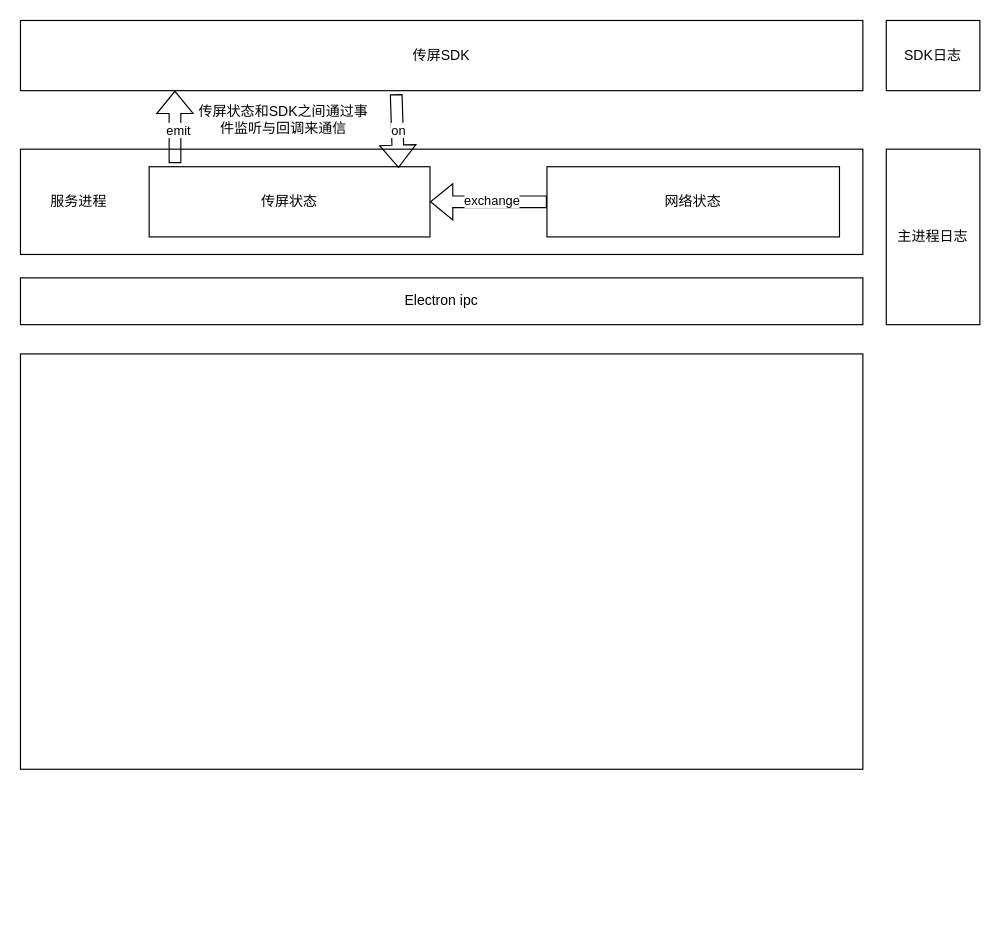
The draw.io diagram Untitled Diagram.drawio in kkgg123/ROOT, before the edit. Source tidied: cells renumbered, new cells numbered last; positions are measured from the earlier drawing's top-left corner, leaving out a move shared by most shapes. Both pictures are drawn from the tidied source at 117%, with x=0, y=0 at pixel (20, 20).
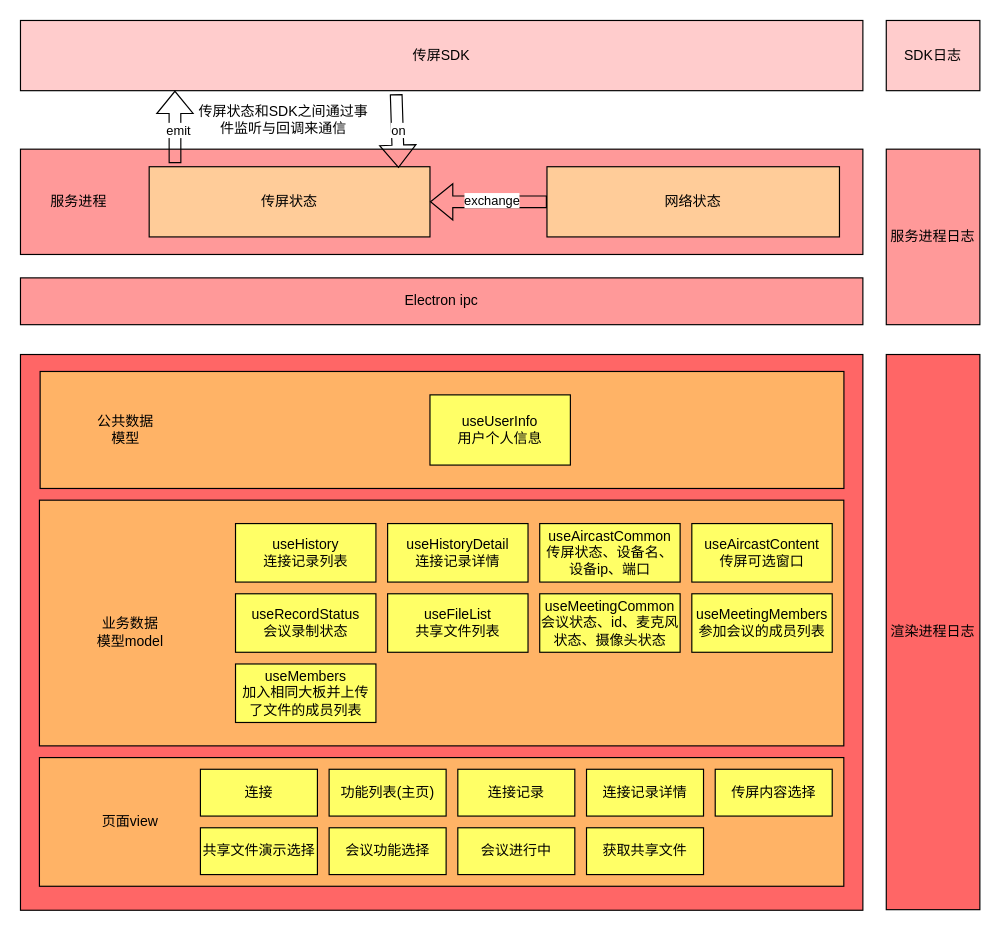
After the change.

What changed in the source:
```diff
@@
-    <mxCell id="2" style="rounded=0;whiteSpace=wrap;html=1;" parent="1" vertex="1">
+    <mxCell id="2" style="rounded=0;whiteSpace=wrap;html=1;fillColor=#FF9999;" parent="1" vertex="1">
       <mxGeometry y="110" width="720" height="90" as="geometry" />
     </mxCell>
-    <mxCell id="3" value="传屏SDK" style="rounded=0;whiteSpace=wrap;html=1;" parent="1" vertex="1">
+    <mxCell id="3" value="传屏SDK" style="rounded=0;whiteSpace=wrap;html=1;fillColor=#FFCCCC;" parent="1" vertex="1">
       <mxGeometry width="720" height="60" as="geometry" />
     </mxCell>
-    <mxCell id="4" value="传屏状态" style="rounded=0;whiteSpace=wrap;html=1;" parent="1" vertex="1">
+    <mxCell id="4" value="传屏状态" style="rounded=0;whiteSpace=wrap;html=1;fillColor=#FFCC99;" parent="1" vertex="1">
       <mxGeometry x="110" y="125" width="240" height="60" as="geometry" />
     </mxCell>
-    <mxCell id="5" value="网络状态" style="rounded=0;whiteSpace=wrap;html=1;" parent="1" vertex="1">
+    <mxCell id="5" value="网络状态" style="rounded=0;whiteSpace=wrap;html=1;fillColor=#FFCC99;" parent="1" vertex="1">
       <mxGeometry x="450" y="125" width="250" height="60" as="geometry" />
     </mxCell>
-    <mxCell id="6" value="Electron ipc" style="rounded=0;whiteSpace=wrap;html=1;" parent="1" vertex="1">
+    <mxCell id="6" value="Electron ipc" style="rounded=0;whiteSpace=wrap;html=1;fillColor=#FF9999;" parent="1" vertex="1">
       <mxGeometry y="220" width="720" height="40" as="geometry" />
     </mxCell>
@@
-    <mxCell id="8" style="rounded=0;whiteSpace=wrap;html=1;" parent="1" vertex="1">
-      <mxGeometry y="285" width="720" height="355" as="geometry" />
+    <mxCell id="8" style="rounded=0;whiteSpace=wrap;html=1;fillColor=#FF6666;" parent="1" vertex="1">
+      <mxGeometry y="285.5" width="720" height="475" as="geometry" />
     </mxCell>
-    <mxCell id="9" value="主进程日志" style="rounded=0;whiteSpace=wrap;html=1;" parent="1" vertex="1">
+    <mxCell id="9" value="服务进程日志" style="rounded=0;whiteSpace=wrap;html=1;fillColor=#FF9999;" parent="1" vertex="1">
       <mxGeometry x="740" y="110" width="80" height="150" as="geometry" />
     </mxCell>
@@
-    <mxCell id="14" value="SDK日志" style="rounded=0;whiteSpace=wrap;html=1;" parent="1" vertex="1">
+    <mxCell id="14" value="SDK日志" style="rounded=0;whiteSpace=wrap;html=1;fillColor=#FFCCCC;" parent="1" vertex="1">
       <mxGeometry x="740" width="80" height="60" as="geometry" />
     </mxCell>
@@
+    <mxCell id="18" style="rounded=0;whiteSpace=wrap;html=1;fillColor=#FFB366;" parent="1" vertex="1">
+      <mxGeometry x="16.2" y="630" width="687.5" height="110" as="geometry" />
+    </mxCell>
+    <mxCell id="19" value="连接" style="rounded=0;whiteSpace=wrap;html=1;fillColor=#FFFF66;" parent="1" vertex="1">
+      <mxGeometry x="153.8" y="640" width="100" height="40" as="geometry" />
+    </mxCell>
+    <mxCell id="20" value="功能列表(主页)" style="rounded=0;whiteSpace=wrap;html=1;fillColor=#FFFF66;" parent="1" vertex="1">
+      <mxGeometry x="263.8" y="640" width="100" height="40" as="geometry" />
+    </mxCell>
+    <mxCell id="21" value="连接记录" style="rounded=0;whiteSpace=wrap;html=1;fillColor=#FFFF66;" parent="1" vertex="1">
+      <mxGeometry x="373.8" y="640" width="100" height="40" as="geometry" />
+    </mxCell>
+    <mxCell id="22" value="连接记录详情" style="rounded=0;whiteSpace=wrap;html=1;fillColor=#FFFF66;" parent="1" vertex="1">
+      <mxGeometry x="483.8" y="640" width="100" height="40" as="geometry" />
+    </mxCell>
+    <mxCell id="23" value="传屏内容选择" style="rounded=0;whiteSpace=wrap;html=1;fillColor=#FFFF66;" parent="1" vertex="1">
+      <mxGeometry x="593.8" y="640" width="100" height="40" as="geometry" />
+    </mxCell>
+    <mxCell id="24" value="共享文件演示选择" style="rounded=0;whiteSpace=wrap;html=1;fillColor=#FFFF66;" parent="1" vertex="1">
+      <mxGeometry x="153.8" y="690" width="100" height="40" as="geometry" />
+    </mxCell>
+    <mxCell id="25" value="会议功能选择" style="rounded=0;whiteSpace=wrap;html=1;fillColor=#FFFF66;" parent="1" vertex="1">
+      <mxGeometry x="263.8" y="690" width="100" height="40" as="geometry" />
+    </mxCell>
+    <mxCell id="26" value="会议进行中" style="rounded=0;whiteSpace=wrap;html=1;fillColor=#FFFF66;" parent="1" vertex="1">
+      <mxGeometry x="373.8" y="690" width="100" height="40" as="geometry" />
+    </mxCell>
+    <mxCell id="27" value="获取共享文件" style="rounded=0;whiteSpace=wrap;html=1;fillColor=#FFFF66;" parent="1" vertex="1">
+      <mxGeometry x="483.8" y="690" width="100" height="40" as="geometry" />
+    </mxCell>
+    <mxCell id="28" value="页面view" style="text;html=1;strokeColor=none;fillColor=none;align=center;verticalAlign=middle;whiteSpace=wrap;rounded=0;" parent="1" vertex="1">
+      <mxGeometry x="63.8" y="670" width="60" height="30" as="geometry" />
+    </mxCell>
+    <mxCell id="29" style="rounded=0;whiteSpace=wrap;html=1;fillColor=#FFB366;" parent="1" vertex="1">
+      <mxGeometry x="16.2" y="410" width="687.5" height="210" as="geometry" />
+    </mxCell>
+    <mxCell id="30" value="useHistory&lt;br&gt;连接记录列表" style="rounded=0;whiteSpace=wrap;html=1;fillColor=#FFFF66;" parent="1" vertex="1">
+      <mxGeometry x="183.8" y="430" width="120" height="50" as="geometry" />
+    </mxCell>
+    <mxCell id="31" value="useHistoryDetail&lt;br&gt;连接记录详情" style="rounded=0;whiteSpace=wrap;html=1;fillColor=#FFFF66;" parent="1" vertex="1">
+      <mxGeometry x="313.8" y="430" width="120" height="50" as="geometry" />
+    </mxCell>
+    <mxCell id="32" value="useAircastCommon&lt;br&gt;传屏状态、设备名、设备ip、端口" style="rounded=0;whiteSpace=wrap;html=1;fillColor=#FFFF66;" parent="1" vertex="1">
+      <mxGeometry x="443.8" y="430" width="120" height="50" as="geometry" />
+    </mxCell>
+    <mxCell id="33" value="useAircastContent&lt;br&gt;传屏可选窗口" style="rounded=0;whiteSpace=wrap;html=1;fillColor=#FFFF66;" parent="1" vertex="1">
+      <mxGeometry x="573.8" y="430" width="120" height="50" as="geometry" />
+    </mxCell>
+    <mxCell id="34" value="useRecordStatus&lt;br&gt;会议录制状态" style="rounded=0;whiteSpace=wrap;html=1;fillColor=#FFFF66;" parent="1" vertex="1">
+      <mxGeometry x="183.8" y="490" width="120" height="50" as="geometry" />
+    </mxCell>
+    <mxCell id="35" value="useMembers&lt;br&gt;加入相同大板并上传了文件的成员列表" style="rounded=0;whiteSpace=wrap;html=1;fillColor=#FFFF66;" parent="1" vertex="1">
+      <mxGeometry x="183.8" y="550" width="120" height="50" as="geometry" />
+    </mxCell>
+    <mxCell id="36" value="useFileList&lt;br&gt;共享文件列表" style="rounded=0;whiteSpace=wrap;html=1;fillColor=#FFFF66;" parent="1" vertex="1">
+      <mxGeometry x="313.8" y="490" width="120" height="50" as="geometry" />
+    </mxCell>
+    <mxCell id="37" value="useMeetingCommon&lt;br&gt;会议状态、id、麦克风状态、摄像头状态" style="rounded=0;whiteSpace=wrap;html=1;fillColor=#FFFF66;" parent="1" vertex="1">
+      <mxGeometry x="443.8" y="490" width="120" height="50" as="geometry" />
+    </mxCell>
+    <mxCell id="38" value="useMeetingMembers&lt;br&gt;参加会议的成员列表" style="rounded=0;whiteSpace=wrap;html=1;fillColor=#FFFF66;" parent="1" vertex="1">
+      <mxGeometry x="573.8" y="490" width="120" height="50" as="geometry" />
+    </mxCell>
+    <mxCell id="39" value="业务数据模型model" style="text;html=1;strokeColor=none;fillColor=none;align=center;verticalAlign=middle;whiteSpace=wrap;rounded=0;" parent="1" vertex="1">
+      <mxGeometry x="63.8" y="508" width="60" height="30" as="geometry" />
+    </mxCell>
+    <mxCell id="40" style="rounded=0;whiteSpace=wrap;html=1;fillColor=#FFB366;" parent="1" vertex="1">
+      <mxGeometry x="16.8" y="300" width="687" height="100" as="geometry" />
+    </mxCell>
+    <mxCell id="41" value="公共数据模型" style="text;html=1;strokeColor=none;fillColor=none;align=center;verticalAlign=middle;whiteSpace=wrap;rounded=0;" parent="1" vertex="1">
+      <mxGeometry x="60" y="335" width="60" height="30" as="geometry" />
+    </mxCell>
+    <mxCell id="42" value="useUserInfo&lt;br&gt;用户个人信息" style="rounded=0;whiteSpace=wrap;html=1;fillColor=#FFFF66;" parent="1" vertex="1">
+      <mxGeometry x="350" y="320" width="120" height="60" as="geometry" />
+    </mxCell>
+    <mxCell id="43" value="渲染进程日志" style="rounded=0;whiteSpace=wrap;html=1;fillColor=#FF6666;" parent="1" vertex="1">
+      <mxGeometry x="740" y="285.5" width="80" height="474.5" as="geometry" />
+    </mxCell>
```
